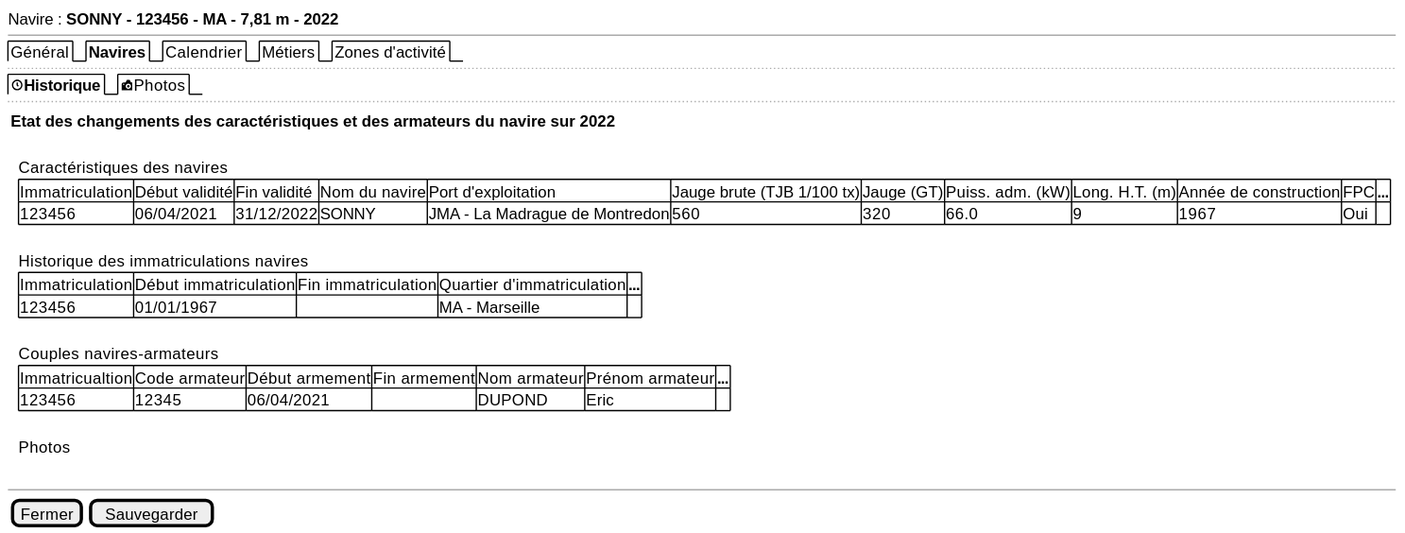
Above: projects/activity-calendar/spe/images/activity-calendar-vessels-history.svg in sumaris-net/sumaris-doc (PlantUML), before the change. Its source is kept beside it as projects/activity-calendar/spe/images/activity-calendar-vessels-history.puml. Source of this version:
```plantuml
@startsalt
{
  Navire : <b>SONNY - 123456 - MA - 7,81 m - 2022
  --
  {/ Général | <b>Navires | Calendrier | Métiers | Zones d'activité}
  ..
  {/ <&clock><b>Historique | <&camera-slr>Photos}
  ..
  {{
  <b>Etat des changements des caractéristiques et des armateurs du navire sur 2022
    .
    {
    . | Caractéristiques des navires
    . | {# Immatriculation | Début validité | Fin validité | Nom du navire | FPC | Port d'exploitation | Jauge brute (TJB 1/100 tx) | Jauge (GT) | Puiss. adm. (kW) | Long. H.T. (m) | Année de construction  | <b>...
       123456 | 06/04/2021 | 31/12/2022 | SONNY | Oui | JMA - La Madrague de Montredon | 560 | 320 | 66.0 | 9 | 1967 | <&camera-slr>}
    . | { <font color=grey>Nombre de lignes affichées</font> |  " 4 "  | . | . | . | . | <font color=grey>1 - 4 sur 10 | . | . | . | . | <&caret-left> <&chevron-left> <&chevron-right> <&caret-right> }
    .

    . | Historique des immatriculations navires
    . | {# Immatriculation | Début immatriculation | Fin immatriculation | Quartier d'immatriculation | <b>...
       123456 | 01/01/1967 | . | MA - Marseille}
    . | { <font color=grey>Nombre de lignes affichées</font> |  " 4 "  | . | . | . | . | <font color=grey>1 - 4 sur 10 | . | . | . | . | <&caret-left> <&chevron-left> <&chevron-right> <&caret-right> }
    .
    . | Couples navires-armateurs
    . | {# Immatricualtion | Code armateur | Début armement | Fin armement | Nom armateur | Prénom armateur | <b>...
       123456 | 12345 | 06/04/2021 | . | DUPOND | Eric}
    . | { <font color=grey>Nombre de lignes affichées</font> |  " 4 "  | . | . | . | . | <font color=grey>1 - 4 sur 10 | . | . | . | . | <&caret-left> <&chevron-left> <&chevron-right> <&caret-right> }
    .
    . | Photos
    }
  }

}

  .
  --
  { [Fermer] | [Sauvegarder] }
}
@endsalt
```
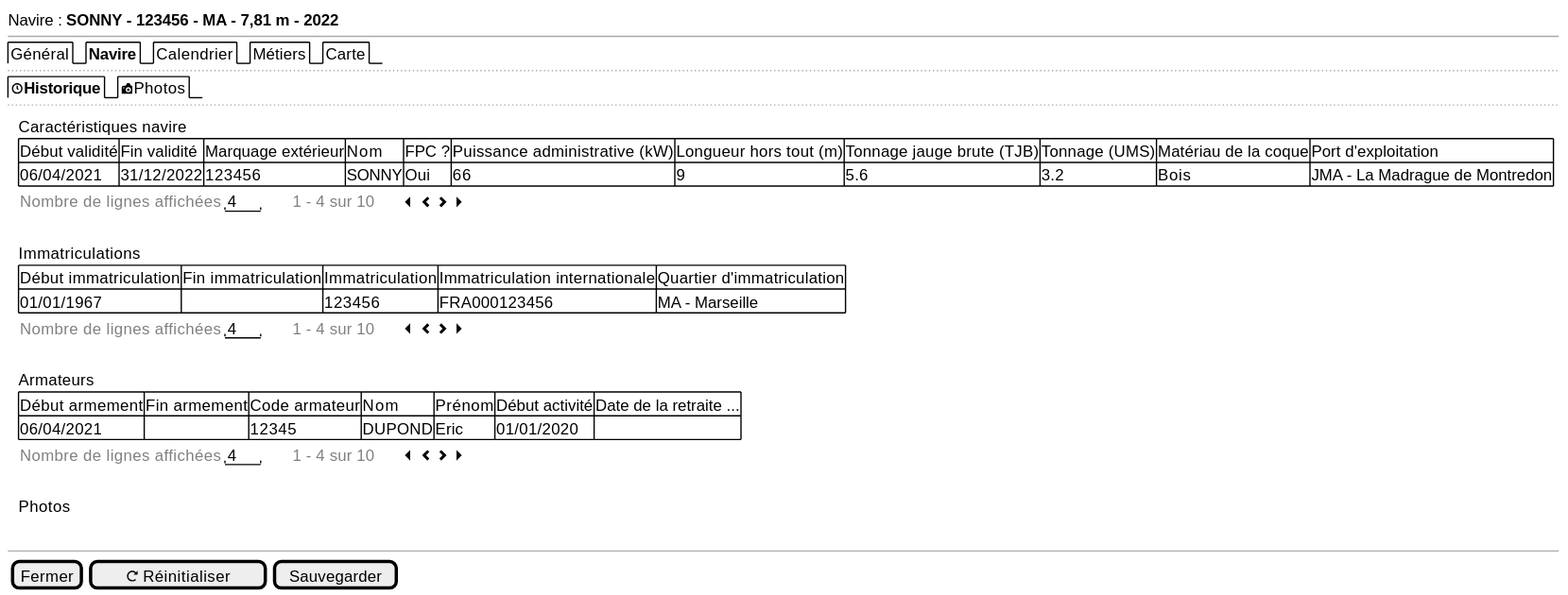
After the commit.

Diff of the diagram source:
```diff
@@ -2,28 +2,27 @@
 {
   Navire : <b>SONNY - 123456 - MA - 7,81 m - 2022
   --
-  {/ Général | <b>Navires | Calendrier | Métiers | Zones d'activité}
+  {/ Général | <b>Navire | Calendrier | Métiers | Carte}
   ..
   {/ <&clock><b>Historique | <&camera-slr>Photos}
   ..
   {{
-  <b>Etat des changements des caractéristiques et des armateurs du navire sur 2022
-    .
+
     {
-    . | Caractéristiques des navires
-    . | {# Immatriculation | Début validité | Fin validité | Nom du navire | FPC | Port d'exploitation | Jauge brute (TJB 1/100 tx) | Jauge (GT) | Puiss. adm. (kW) | Long. H.T. (m) | Année de construction  | <b>...
-       123456 | 06/04/2021 | 31/12/2022 | SONNY | Oui | JMA - La Madrague de Montredon | 560 | 320 | 66.0 | 9 | 1967 | <&camera-slr>}
+    . | Caractéristiques navire
+    . | {# Début validité | Fin validité | Marquage extérieur | Nom | FPC ? | Puissance administrative (kW) | Longueur hors tout (m) | Tonnage jauge brute (TJB) | Tonnage (UMS) | Matériau de la coque | Port d'exploitation
+        06/04/2021 | 31/12/2022 | 123456 | SONNY | Oui | 66 | 9 | 5.6 | 3.2 | Bois | JMA - La Madrague de Montredon }
     . | { <font color=grey>Nombre de lignes affichées</font> |  " 4 "  | . | . | . | . | <font color=grey>1 - 4 sur 10 | . | . | . | . | <&caret-left> <&chevron-left> <&chevron-right> <&caret-right> }
     .
 
-    . | Historique des immatriculations navires
-    . | {# Immatriculation | Début immatriculation | Fin immatriculation | Quartier d'immatriculation | <b>...
-       123456 | 01/01/1967 | . | MA - Marseille}
+    . | Immatriculations
+    . | {# Début immatriculation | Fin immatriculation | Immatriculation | Immatriculation internationale | Quartier d'immatriculation
+       01/01/1967 | . | 123456 | FRA000123456 | MA - Marseille}
     . | { <font color=grey>Nombre de lignes affichées</font> |  " 4 "  | . | . | . | . | <font color=grey>1 - 4 sur 10 | . | . | . | . | <&caret-left> <&chevron-left> <&chevron-right> <&caret-right> }
     .
-    . | Couples navires-armateurs
-    . | {# Immatricualtion | Code armateur | Début armement | Fin armement | Nom armateur | Prénom armateur | <b>...
-       123456 | 12345 | 06/04/2021 | . | DUPOND | Eric}
+    . | Armateurs
+    . | {# Début armement | Fin armement | Code armateur |  Nom | Prénom | Début activité | Date de la retraite ...
+        06/04/2021 | . | 12345 | DUPOND | Eric | 01/01/2020 | . }
     . | { <font color=grey>Nombre de lignes affichées</font> |  " 4 "  | . | . | . | . | <font color=grey>1 - 4 sur 10 | . | . | . | . | <&caret-left> <&chevron-left> <&chevron-right> <&caret-right> }
     .
     . | Photos
@@ -34,6 +33,6 @@
 
   .
   --
-  { [Fermer] | [Sauvegarder] }
+  { [Fermer] | [<&reload> Réinitialiser] | [Sauvegarder] }
 }
 @endsalt
```
